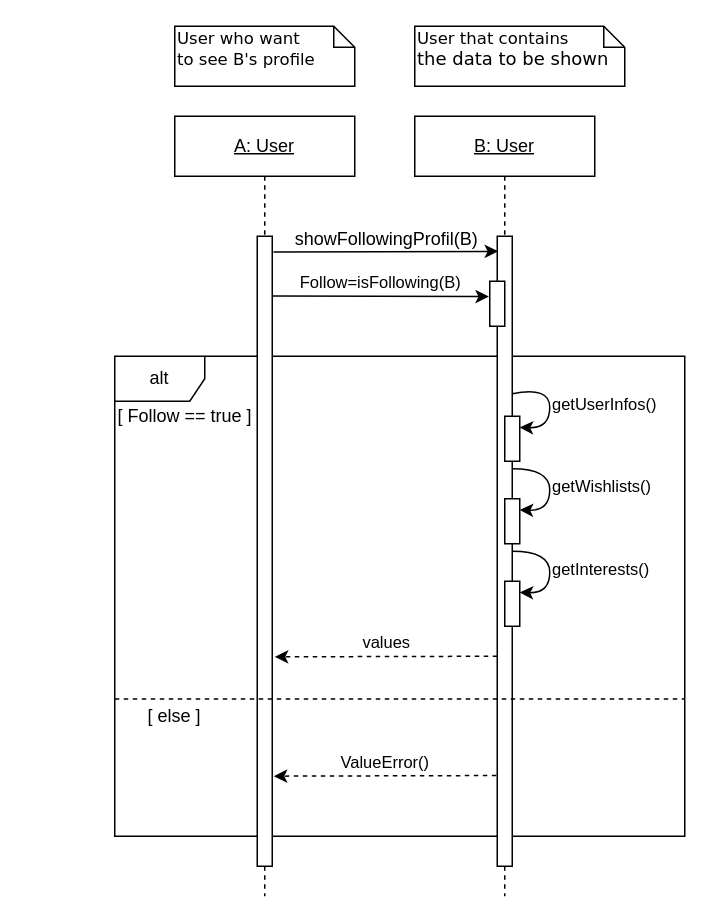
Before: Diagrammes/SequenceDiagrams/showFollowingProfil.drawio in NNepper/LSINF1225-2020-GroupeL1.1-WishList, a draw.io diagram. Source tidied: cells renumbered, new cells numbered last; positions are measured from the earlier drawing's top-left corner, leaving out a move shared by most shapes. Both pictures are drawn from the tidied source at 150%, with x=0, y=0 at pixel (99, 26).
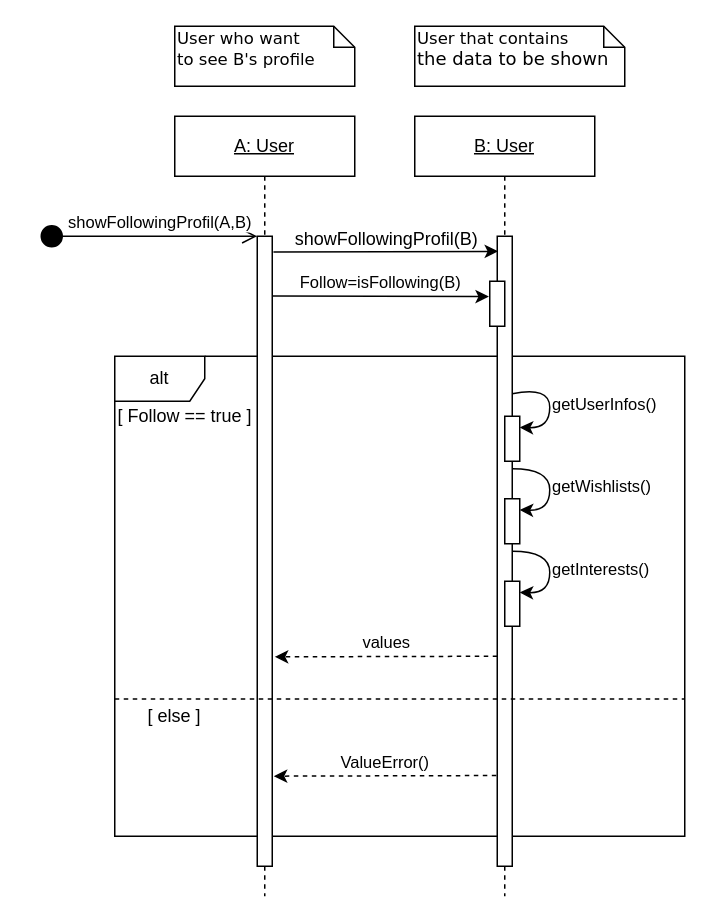
Above is the later version.

The edit, as a diff of the source:
```diff
@@
+    <mxCell id="28" value="showFollowingProfil(A,B)" style="html=1;verticalAlign=bottom;startArrow=circle;startFill=1;endArrow=open;startSize=6;endSize=8;" parent="1" edge="1">
+      <mxGeometry x="0.1" relative="1" as="geometry">
+        <mxPoint x="-40" y="140" as="sourcePoint" />
+        <mxPoint x="105" y="140" as="targetPoint" />
+      </mxGeometry>
+    </mxCell>
```
